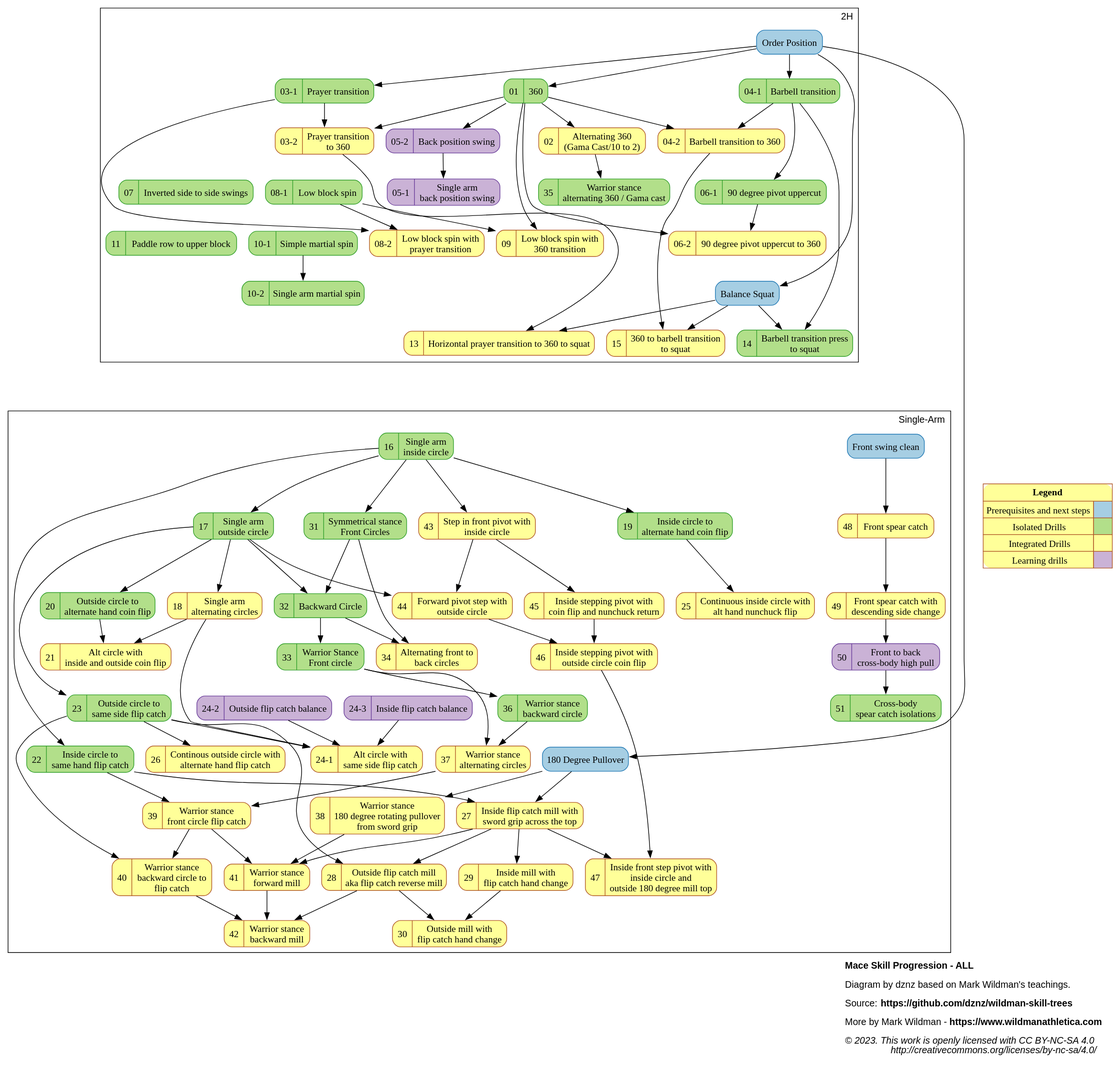
Before: dist/mace_progression_ALL.svg, a diagram exported from PlantUML (dznz/wildman-skill-trees). Its source is kept beside it as src/mace/mace_progression_ALL.puml.
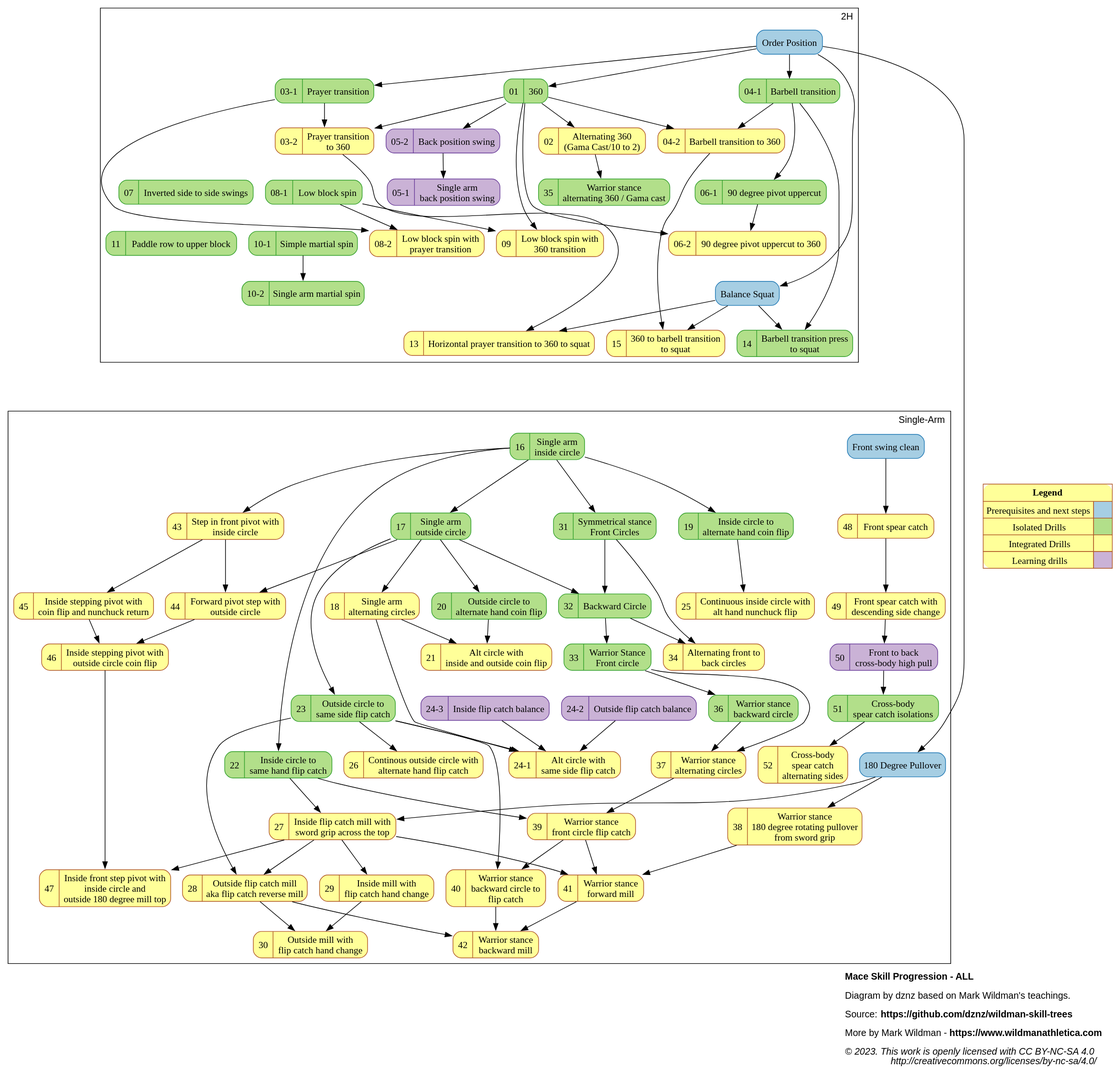
Later version of the same file.

Commit message:
feat(mace_progression): add M-52

Change to the diagram source:
```diff
@@ -103,7 +103,8 @@
 mov_48_frspear                 [label="{{48  |Front spear catch}}"                                                            URL="https://www.youtube.com/watch?v=hwQlmjHQsrg" ];
 mov_49_frspearwchange          [label="{{49  |Front spear catch with\ndescending side change}}"                               URL="https://www.youtube.com/watch?v=xzPiZZV2K4E" ];
 mov_50_f2bxbodhipull           [label="{{50  |Front to back\ncross-body high pull}}"                                          URL="https://www.youtube.com/watch?v=AoUxg7QE-xU" ];
-mov_51_xbodspear               [label="{{51  |Cross-body\nspear catch isolations}}"                                            URL="https://www.youtube.com/watch?v=VkwN58PBBSs" ];
+mov_51_xbodspear               [label="{{51  |Cross-body\nspear catch isolations}}"                                           URL="https://www.youtube.com/watch?v=VkwN58PBBSs" ];
+mov_52_altxbodspear            [label="{{52  |Cross-body\nspear catch\nalternating sides}}"                                   URL="https://www.youtube.com/watch?v=-Z8YfWYfepQ" ];
 
 
 
@@ -180,7 +181,7 @@
     }
     subgraph custer_spear {
       label="Spear catch"
-      ext_frswingclean -> mov_48_frspear -> mov_49_frspearwchange -> mov_50_f2bxbodhipull -> mov_51_xbodspear
+      ext_frswingclean -> mov_48_frspear -> mov_49_frspearwchange -> mov_50_f2bxbodhipull -> mov_51_xbodspear -> mov_52_altxbodspear;
     }
     {rank=same;mov_23_outcircle2sameflip;mov_36_warbkcircle}
   }
```
